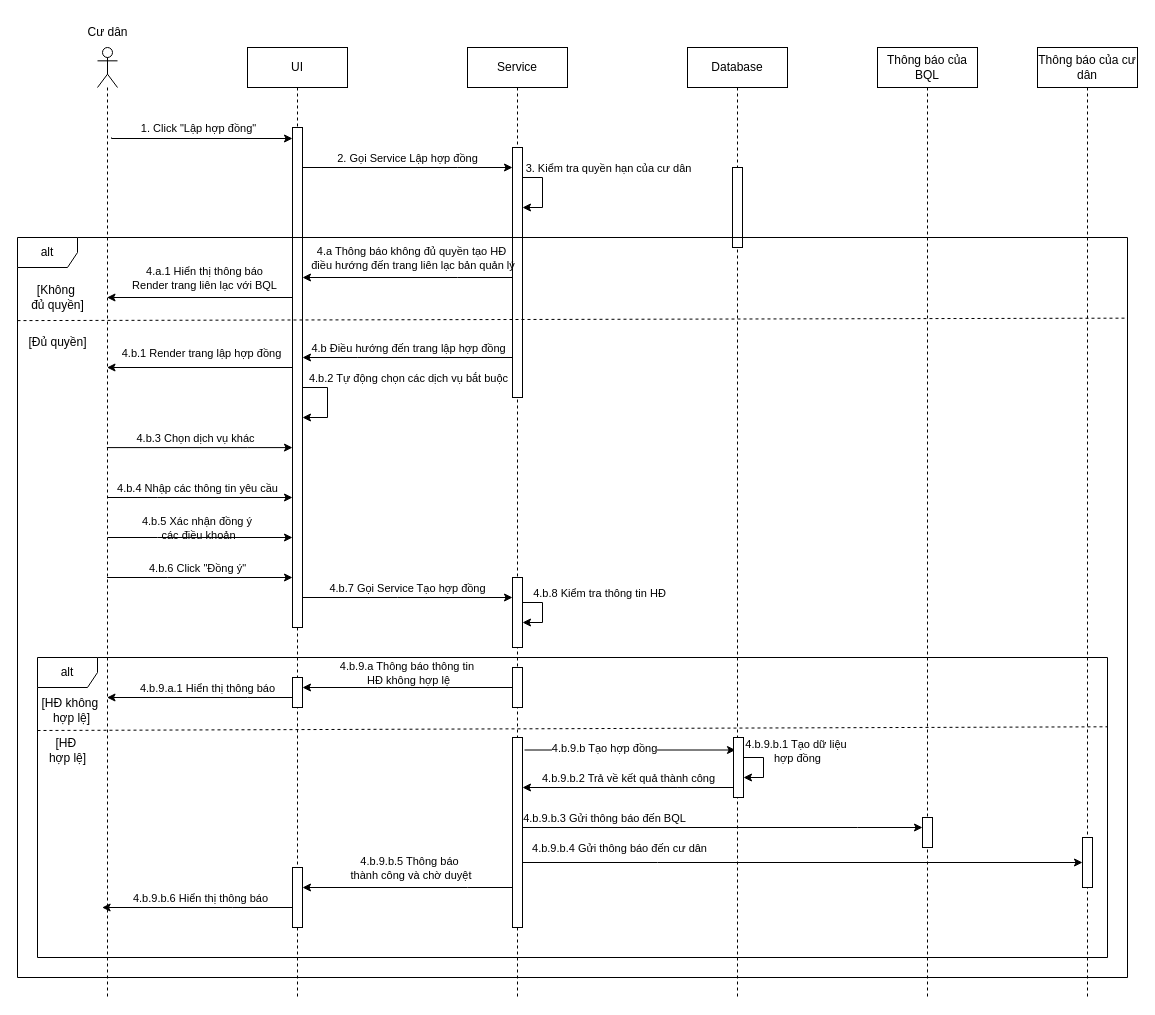
Earlier version of the draw.io diagram page "SD-Lập hợp đồng" (10 of 15) of doan.drawio (Pakamon234/thuc-tap-tot-nghiep). Source tidied: cells renumbered, new cells numbered last; positions are measured from the earlier drawing's top-left corner, leaving out a move shared by most shapes. Both pictures are drawn from the tidied source at 100%, with x=0, y=0 at pixel (17, 17).
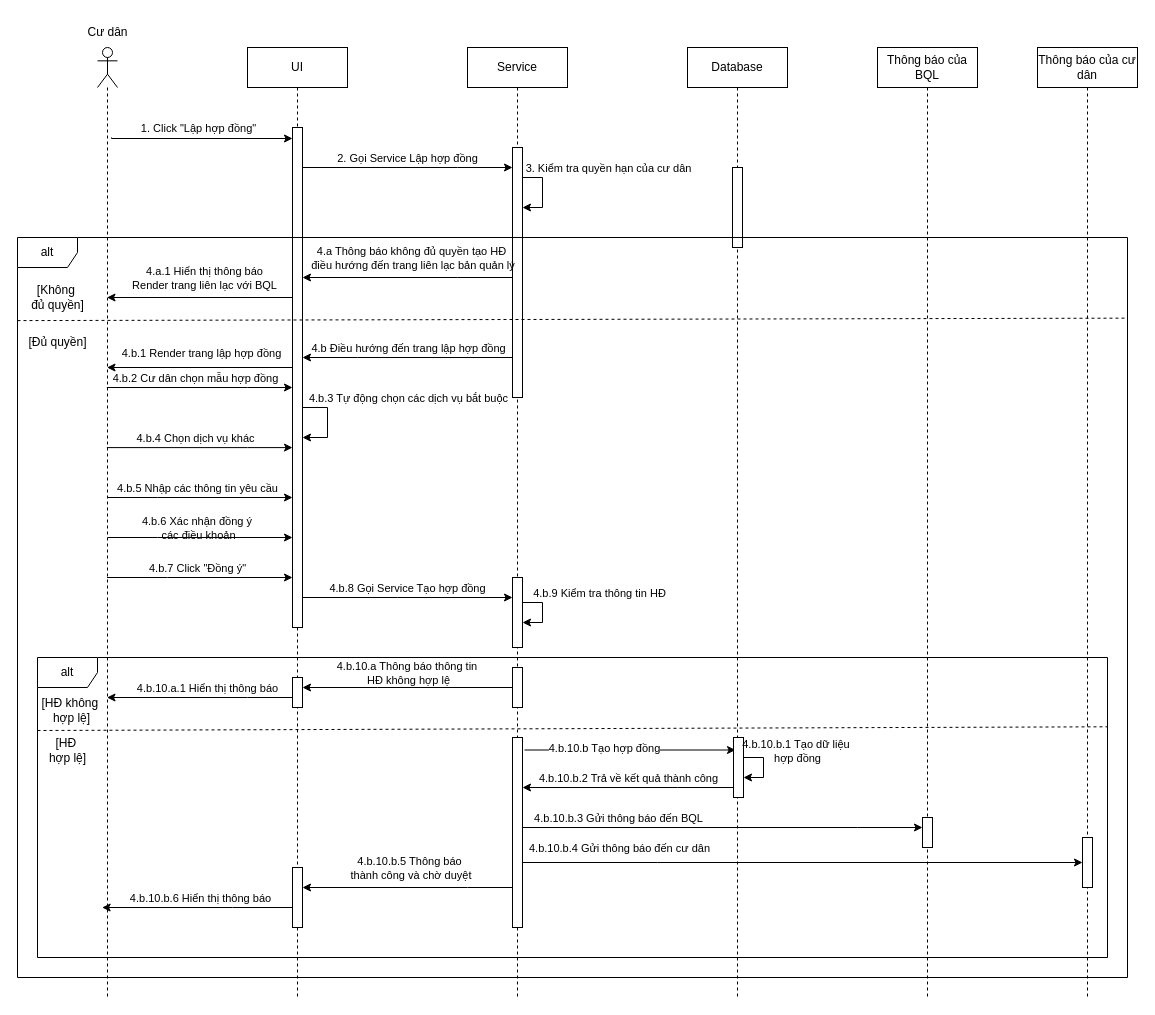
Above is the later version.

Unchanged cells that the change refers to:
```xml
<mxCell id="4" style="edgeStyle=orthogonalEdgeStyle;rounded=0;orthogonalLoop=1;jettySize=auto;html=1;curved=0;" parent="1" edge="1">
  <mxGeometry relative="1" as="geometry">
    <mxPoint x="89.4" y="430.1" as="sourcePoint" />
    <mxPoint x="275" y="430.1" as="targetPoint" />
    <Array as="points">
      <mxPoint x="230" y="429.6" />
      <mxPoint x="230" y="429.6" />
    </Array>
  </mxGeometry>
</mxCell>
<mxCell id="6" style="edgeStyle=orthogonalEdgeStyle;rounded=0;jettySize=auto;html=1;curved=0;" parent="1" edge="1" source="10" target="12">
  <mxGeometry relative="1" as="geometry">
    <Array as="points">
      <mxPoint x="140" y="480" />
      <mxPoint x="140" y="480" />
    </Array>
  </mxGeometry>
</mxCell>
<mxCell id="8" style="edgeStyle=orthogonalEdgeStyle;rounded=0;jettySize=auto;html=1;curved=0;" parent="1" edge="1" source="10" target="12">
  <mxGeometry relative="1" as="geometry">
    <Array as="points">
      <mxPoint x="150" y="560" />
      <mxPoint x="150" y="560" />
    </Array>
  </mxGeometry>
</mxCell>
<mxCell id="11" value="UI" style="shape=umlLifeline;perimeter=lifelinePerimeter;whiteSpace=wrap;html=1;newEdgeStyle={&quot;curved&quot;:0,&quot;rounded&quot;:0};" parent="1" vertex="1">
  <mxGeometry x="230" y="30" width="100" height="950" as="geometry" />
</mxCell>
<mxCell id="12" style="html=1;points=[[0,0,0,0,5],[0,1,0,0,-5],[1,0,0,0,5],[1,1,0,0,-5]];perimeter=orthogonalPerimeter;outlineConnect=0;targetShapes=umlLifeline;portConstraint=eastwest;newEdgeStyle={&quot;curved&quot;:0,&quot;rounded&quot;:0};" parent="11" vertex="1">
  <mxGeometry x="45" y="80" width="10" height="500" as="geometry" />
</mxCell>
<mxCell id="35" style="edgeStyle=orthogonalEdgeStyle;rounded=0;orthogonalLoop=1;jettySize=auto;html=1;curved=0;" parent="1" edge="1">
  <mxGeometry relative="1" as="geometry">
    <mxPoint x="90" y="520" as="sourcePoint" />
    <mxPoint x="275" y="520" as="targetPoint" />
    <Array as="points">
      <mxPoint x="140" y="520" />
      <mxPoint x="140" y="520" />
    </Array>
  </mxGeometry>
</mxCell>
<mxCell id="38" style="edgeStyle=orthogonalEdgeStyle;rounded=0;jettySize=auto;html=1;curved=0;" parent="1" edge="1" source="12" target="37">
  <mxGeometry relative="1" as="geometry">
    <Array as="points">
      <mxPoint x="380" y="580" />
      <mxPoint x="380" y="580" />
    </Array>
  </mxGeometry>
</mxCell>
<mxCell id="40" style="edgeStyle=orthogonalEdgeStyle;rounded=0;orthogonalLoop=1;jettySize=auto;html=1;curved=0;" parent="1" edge="1" source="37" target="37">
  <mxGeometry relative="1" as="geometry" />
</mxCell>
<mxCell id="44" style="edgeStyle=orthogonalEdgeStyle;rounded=0;jettySize=auto;html=1;curved=0;" parent="1" edge="1" source="46" target="10">
  <mxGeometry relative="1" as="geometry">
    <Array as="points">
      <mxPoint x="230" y="680" />
      <mxPoint x="230" y="680" />
    </Array>
  </mxGeometry>
</mxCell>
<mxCell id="47" style="edgeStyle=orthogonalEdgeStyle;rounded=0;jettySize=auto;html=1;curved=0;" parent="1" edge="1" source="43" target="46">
  <mxGeometry relative="1" as="geometry">
    <Array as="points">
      <mxPoint x="360" y="670" />
      <mxPoint x="360" y="670" />
    </Array>
  </mxGeometry>
</mxCell>
<mxCell id="52" style="edgeStyle=orthogonalEdgeStyle;rounded=0;orthogonalLoop=1;jettySize=auto;html=1;curved=0;" parent="1" edge="1">
  <mxGeometry relative="1" as="geometry">
    <mxPoint x="507" y="732.5" as="sourcePoint" />
    <mxPoint x="718" y="732.5" as="targetPoint" />
  </mxGeometry>
</mxCell>
<mxCell id="54" style="edgeStyle=orthogonalEdgeStyle;rounded=0;jettySize=auto;html=1;curved=0;" parent="1" edge="1" source="60" target="67">
  <mxGeometry relative="1" as="geometry">
    <Array as="points">
      <mxPoint x="840" y="810" />
      <mxPoint x="840" y="810" />
    </Array>
  </mxGeometry>
</mxCell>
<mxCell id="56" style="edgeStyle=orthogonalEdgeStyle;rounded=0;orthogonalLoop=1;jettySize=auto;html=1;curved=0;" parent="1" edge="1">
  <mxGeometry relative="1" as="geometry">
    <mxPoint x="495" y="870" as="sourcePoint" />
    <mxPoint x="285" y="870" as="targetPoint" />
    <Array as="points">
      <mxPoint x="450" y="870" />
      <mxPoint x="450" y="870" />
    </Array>
  </mxGeometry>
</mxCell>
<mxCell id="58" style="edgeStyle=orthogonalEdgeStyle;rounded=0;jettySize=auto;html=1;curved=0;" parent="1" edge="1" source="60" target="72">
  <mxGeometry relative="1" as="geometry">
    <Array as="points">
      <mxPoint x="640" y="845" />
      <mxPoint x="640" y="845" />
    </Array>
  </mxGeometry>
</mxCell>
<mxCell id="61" style="edgeStyle=orthogonalEdgeStyle;rounded=0;jettySize=auto;html=1;curved=0;" parent="1" edge="1" source="63" target="60">
  <mxGeometry relative="1" as="geometry">
    <Array as="points">
      <mxPoint x="660" y="770" />
      <mxPoint x="660" y="770" />
    </Array>
  </mxGeometry>
</mxCell>
<mxCell id="64" style="edgeStyle=orthogonalEdgeStyle;rounded=0;orthogonalLoop=1;jettySize=auto;html=1;curved=0;elbow=horizontal;" parent="1" edge="1" source="63" target="63">
  <mxGeometry relative="1" as="geometry" />
</mxCell>
<mxCell id="68" style="edgeStyle=orthogonalEdgeStyle;rounded=0;orthogonalLoop=1;jettySize=auto;html=1;curved=0;" parent="1" edge="1">
  <mxGeometry relative="1" as="geometry">
    <mxPoint x="275" y="900" as="sourcePoint" />
    <mxPoint x="84.6" y="890" as="targetPoint" />
    <Array as="points">
      <mxPoint x="215" y="890" />
      <mxPoint x="215" y="890" />
    </Array>
  </mxGeometry>
</mxCell>
```

Change to the diagram source:
```diff
@@
-    <mxCell id="5" value="4.b.3 Chọn dịch vụ khác" style="edgeLabel;html=1;align=center;verticalAlign=middle;" parent="4" vertex="1">
+    <mxCell id="5" value="4.b.4 Chọn dịch vụ khác" style="edgeLabel;html=1;align=center;verticalAlign=middle;" parent="4" vertex="1">
       <mxGeometry x="0.13" y="-3" relative="1" as="geometry">
         <mxPoint x="-17" y="-13" as="offset" />
       </mxGeometry>
     </mxCell>
@@
-    <mxCell id="7" value="4.b.4 Nhập các thông tin yêu cầu" style="edgeLabel;html=1;align=center;verticalAlign=middle;" parent="6" vertex="1">
+    <mxCell id="7" value="4.b.5 Nhập các thông tin yêu cầu" style="edgeLabel;html=1;align=center;verticalAlign=middle;" parent="6" vertex="1">
       <mxGeometry x="-0.17" y="-2" relative="1" as="geometry">
         <mxPoint x="13" y="-12" as="offset" />
       </mxGeometry>
     </mxCell>
@@
-    <mxCell id="9" value="4.b.6 Click &quot;Đồng ý&quot;" style="edgeLabel;html=1;align=center;verticalAlign=middle;" parent="8" vertex="1">
+    <mxCell id="9" value="4.b.7 Click &quot;Đồng ý&quot;" style="edgeLabel;html=1;align=center;verticalAlign=middle;" parent="8" vertex="1">
       <mxGeometry x="-0.05" y="-3" relative="1" as="geometry">
         <mxPoint x="2" y="-13" as="offset" />
       </mxGeometry>
     </mxCell>
@@
-    <mxCell id="13" style="edgeStyle=orthogonalEdgeStyle;rounded=0;jettySize=auto;html=1;curved=0;" parent="11" edge="1" target="12">
+    <mxCell id="13" style="edgeStyle=orthogonalEdgeStyle;rounded=0;orthogonalLoop=1;jettySize=auto;html=1;curved=0;" parent="11" edge="1">
       <mxGeometry relative="1" as="geometry">
-        <mxPoint x="55" y="370" as="sourcePoint" />
+        <mxPoint x="55" y="390" as="sourcePoint" />
+        <mxPoint x="55" y="390" as="targetPoint" />
         <Array as="points">
-          <mxPoint x="55" y="340" />
-          <mxPoint x="80" y="340" />
-          <mxPoint x="80" y="370" />
+          <mxPoint x="55" y="360" />
+          <mxPoint x="80" y="360" />
+          <mxPoint x="80" y="390" />
         </Array>
       </mxGeometry>
     </mxCell>
-    <mxCell id="14" value="4.b.2 Tự động chọn các dịch vụ bắt buộc" style="edgeLabel;html=1;align=center;verticalAlign=middle;" parent="13" vertex="1">
+    <mxCell id="14" value="4.b.3 Tự động chọn các dịch vụ bắt buộc" style="edgeLabel;html=1;align=center;verticalAlign=middle;" parent="13" vertex="1">
       <mxGeometry x="-0.14" y="2" relative="1" as="geometry">
         <mxPoint x="88" y="-8" as="offset" />
       </mxGeometry>
     </mxCell>
@@
-    <mxCell id="36" value="4.b.5 Xác nhận đồng ý&amp;nbsp;&lt;div&gt;các điều khoản&lt;/div&gt;" style="edgeLabel;html=1;align=center;verticalAlign=middle;labelBackgroundColor=none;" parent="35" vertex="1">
+    <mxCell id="36" value="4.b.6 Xác nhận đồng ý&amp;nbsp;&lt;div&gt;các điều khoản&lt;/div&gt;" style="edgeLabel;html=1;align=center;verticalAlign=middle;labelBackgroundColor=none;" parent="35" vertex="1">
       <mxGeometry x="-0.17" y="-2" relative="1" as="geometry">
         <mxPoint x="13" y="-12" as="offset" />
       </mxGeometry>
     </mxCell>
@@
-    <mxCell id="39" value="4.b.7 Gọi Service Tạo hợp đồng" style="edgeLabel;html=1;align=center;verticalAlign=middle;" parent="38" vertex="1">
+    <mxCell id="39" value="4.b.8 Gọi Service Tạo hợp đồng" style="edgeLabel;html=1;align=center;verticalAlign=middle;" parent="38" vertex="1">
       <mxGeometry x="-0.01" y="1" relative="1" as="geometry">
         <mxPoint y="-9" as="offset" />
       </mxGeometry>
     </mxCell>
@@
-    <mxCell id="41" value="4.b.8 Kiểm tra thông tin HĐ" style="edgeLabel;html=1;align=center;verticalAlign=middle;" parent="40" vertex="1">
+    <mxCell id="41" value="4.b.9 Kiểm tra thông tin HĐ" style="edgeLabel;html=1;align=center;verticalAlign=middle;" parent="40" vertex="1">
       <mxGeometry x="-0.48" y="1" relative="1" as="geometry">
         <mxPoint x="60" y="-9" as="offset" />
       </mxGeometry>
     </mxCell>
@@
-    <mxCell id="45" value="4.b.9.a.1 Hiển thị thông báo" style="edgeLabel;html=1;align=center;verticalAlign=middle;" parent="44" vertex="1">
+    <mxCell id="45" value="4.b.10.a.1 Hiển thị thông báo" style="edgeLabel;html=1;align=center;verticalAlign=middle;" parent="44" vertex="1">
       <mxGeometry x="0.17" y="1" relative="1" as="geometry">
         <mxPoint x="23" y="-11" as="offset" />
       </mxGeometry>
     </mxCell>
@@
-    <mxCell id="48" value="4.b.9.a Thông báo thông tin&amp;nbsp;&lt;div&gt;HĐ không hợp lệ&lt;/div&gt;" style="edgeLabel;html=1;align=center;verticalAlign=middle;labelBackgroundColor=none;" parent="47" vertex="1">
+    <mxCell id="48" value="4.b.10.a Thông báo thông tin&amp;nbsp;&lt;div&gt;HĐ không hợp lệ&lt;/div&gt;" style="edgeLabel;html=1;align=center;verticalAlign=middle;labelBackgroundColor=none;" parent="47" vertex="1">
       <mxGeometry x="0.17" y="1" relative="1" as="geometry">
         <mxPoint x="18" y="-16" as="offset" />
       </mxGeometry>
     </mxCell>
@@
-    <mxCell id="53" value="4.b.9.b Tạo hợp đồng" style="edgeLabel;html=1;align=center;verticalAlign=middle;" parent="52" vertex="1">
+    <mxCell id="53" value="4.b.10.b Tạo hợp đồng" style="edgeLabel;html=1;align=center;verticalAlign=middle;" parent="52" vertex="1">
       <mxGeometry x="-0.25" y="2" relative="1" as="geometry" />
     </mxCell>
@@
-    <mxCell id="55" value="4.b.9.b.3 Gửi thông báo đến BQL" style="edgeLabel;html=1;align=center;verticalAlign=middle;" parent="54" vertex="1">
+    <mxCell id="55" value="4.b.10.b.3 Gửi thông báo đến BQL" style="edgeLabel;html=1;align=center;verticalAlign=middle;" parent="54" vertex="1">
       <mxGeometry x="-0.84" y="3" relative="1" as="geometry">
-        <mxPoint x="49" y="-7" as="offset" />
+        <mxPoint x="63" y="-7" as="offset" />
       </mxGeometry>
     </mxCell>
@@
-    <mxCell id="57" value="4.b.9.b.5 Thông báo&lt;div&gt;&amp;nbsp;thành công và chờ duyệt&lt;/div&gt;" style="edgeLabel;html=1;align=center;verticalAlign=middle;" parent="56" vertex="1">
+    <mxCell id="57" value="4.b.10.b.5 Thông báo&lt;div&gt;&amp;nbsp;thành công và chờ duyệt&lt;/div&gt;" style="edgeLabel;html=1;align=center;verticalAlign=middle;" parent="56" vertex="1">
       <mxGeometry x="0.09" y="1" relative="1" as="geometry">
         <mxPoint x="10" y="-21" as="offset" />
       </mxGeometry>
     </mxCell>
@@
-    <mxCell id="59" value="4.b.9.b.4 Gửi thông báo đến cư dân" style="edgeLabel;html=1;align=center;verticalAlign=middle;" parent="58" vertex="1">
+    <mxCell id="59" value="4.b.10.b.4 Gửi thông báo đến cư dân" style="edgeLabel;html=1;align=center;verticalAlign=middle;" parent="58" vertex="1">
       <mxGeometry x="-0.76" y="3" relative="1" as="geometry">
         <mxPoint x="29" y="-12" as="offset" />
       </mxGeometry>
     </mxCell>
@@
-    <mxCell id="62" value="4.b.9.b.2 Trả về kết quả thành công" style="edgeLabel;html=1;align=center;verticalAlign=middle;" parent="61" vertex="1">
+    <mxCell id="62" value="4.b.10.b.2 Trả về kết quả thành công" style="edgeLabel;html=1;align=center;verticalAlign=middle;" parent="61" vertex="1">
       <mxGeometry x="0.08" y="1" relative="1" as="geometry">
         <mxPoint x="8" y="-11" as="offset" />
       </mxGeometry>
     </mxCell>
@@
-    <mxCell id="65" value="4.b.9.b.1 Tạo dữ liệu&amp;nbsp;&lt;div&gt;hợp đồng&lt;/div&gt;" style="edgeLabel;html=1;align=center;verticalAlign=middle;labelBackgroundColor=none;" parent="64" vertex="1">
+    <mxCell id="65" value="4.b.10.b.1 Tạo dữ liệu&amp;nbsp;&lt;div&gt;hợp đồng&lt;/div&gt;" style="edgeLabel;html=1;align=center;verticalAlign=middle;labelBackgroundColor=none;" parent="64" vertex="1">
       <mxGeometry x="-0.52" y="2" relative="1" as="geometry">
         <mxPoint x="39" y="-5" as="offset" />
       </mxGeometry>
     </mxCell>
@@
-    <mxCell id="69" value="4.b.9.b.6 Hiển thị thông báo" style="edgeLabel;html=1;align=center;verticalAlign=middle;" parent="68" vertex="1">
+    <mxCell id="69" value="4.b.10.b.6 Hiển thị thông báo" style="edgeLabel;html=1;align=center;verticalAlign=middle;" parent="68" vertex="1">
       <mxGeometry x="0.21" y="-3" relative="1" as="geometry">
         <mxPoint x="18" y="-7" as="offset" />
       </mxGeometry>
     </mxCell>
@@
+    <mxCell id="74" style="edgeStyle=orthogonalEdgeStyle;rounded=0;orthogonalLoop=1;jettySize=auto;html=1;curved=0;" parent="1" edge="1">
+      <mxGeometry relative="1" as="geometry">
+        <mxPoint x="89.4" y="370" as="sourcePoint" />
+        <mxPoint x="275" y="370" as="targetPoint" />
+        <Array as="points">
+          <mxPoint x="230" y="369.6" />
+          <mxPoint x="230" y="369.6" />
+        </Array>
+      </mxGeometry>
+    </mxCell>
+    <mxCell id="75" value="4.b.2 Cư dân chọn mẫu hợp đồng" style="edgeLabel;html=1;align=center;verticalAlign=middle;" parent="74" vertex="1">
+      <mxGeometry x="0.13" y="-3" relative="1" as="geometry">
+        <mxPoint x="-17" y="-13" as="offset" />
+      </mxGeometry>
+    </mxCell>
```
